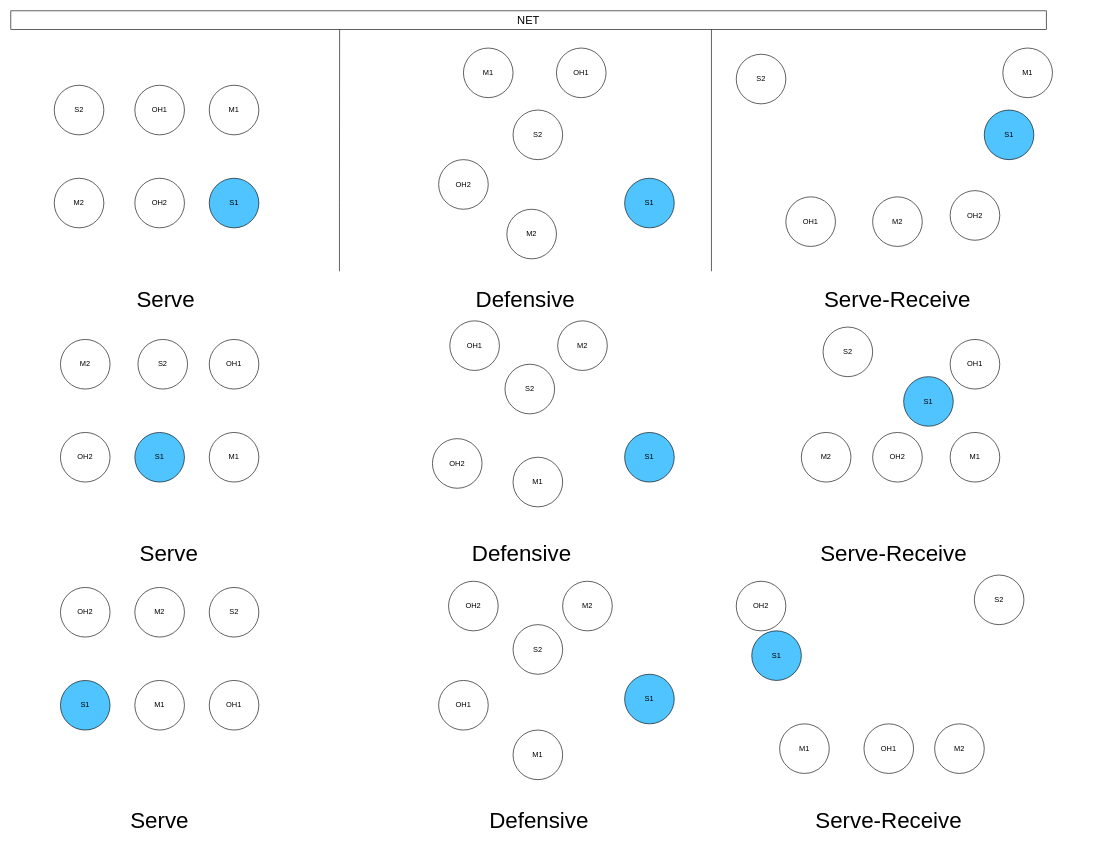
This is Untitled Diagram.drawio from Jayxuchen/Code, a draw.io file, before an edit. Source tidied: cells renumbered, new cells numbered last; positions are measured from the earlier drawing's top-left corner, leaving out a move shared by most shapes. Both pictures are drawn from the tidied source at 62%, with x=0, y=0 at pixel (11, 11).
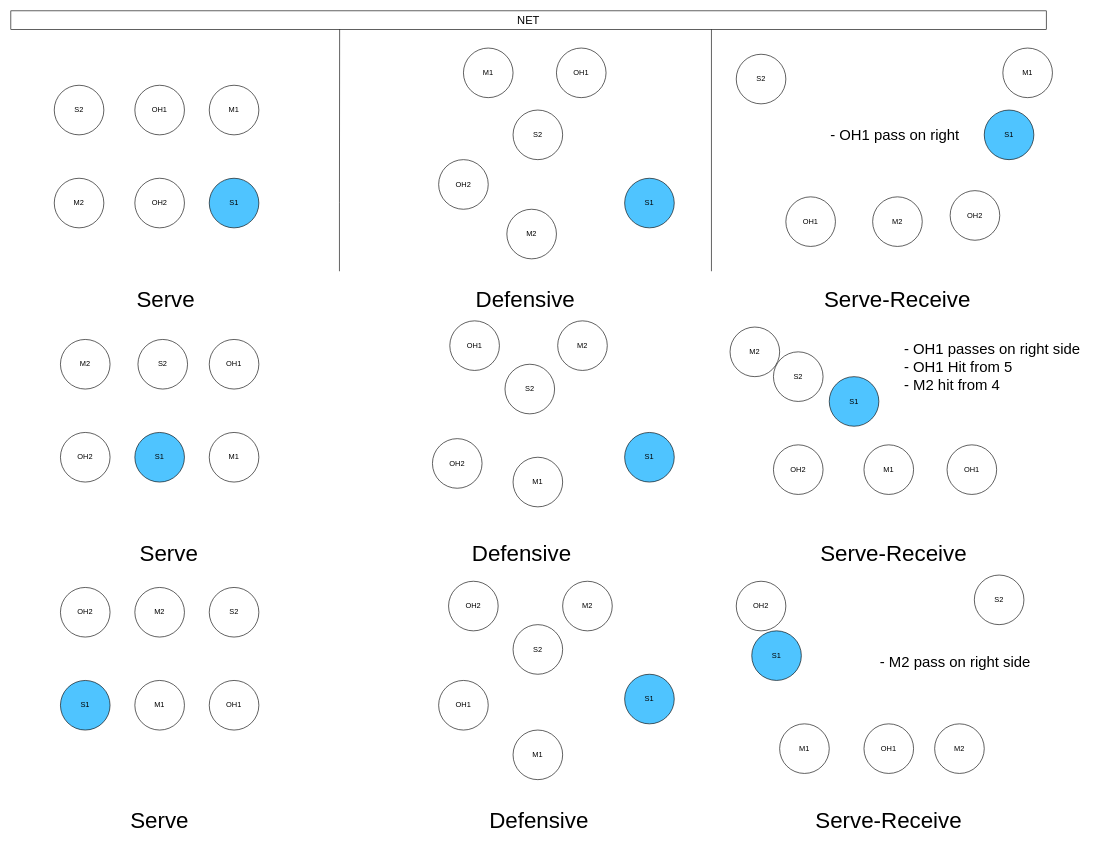
The same diagram, later.

What changed in the source:
```diff
@@
     <mxCell id="38" value="M2" style="ellipse;whiteSpace=wrap;html=1;" parent="1" vertex="1">
-      <mxGeometry x="1275" y="680" width="80" height="80" as="geometry" />
+      <mxGeometry x="1160" y="510" width="80" height="80" as="geometry" />
     </mxCell>
     <mxCell id="39" value="S2" style="ellipse;whiteSpace=wrap;html=1;" parent="1" vertex="1">
-      <mxGeometry x="1310" y="510" width="80" height="80" as="geometry" />
+      <mxGeometry x="1230" y="550" width="80" height="80" as="geometry" />
     </mxCell>
     <mxCell id="40" value="M1" style="ellipse;whiteSpace=wrap;html=1;" parent="1" vertex="1">
-      <mxGeometry x="1515" y="680" width="80" height="80" as="geometry" />
+      <mxGeometry x="1376" y="700" width="80" height="80" as="geometry" />
     </mxCell>
     <mxCell id="41" value="OH2" style="ellipse;whiteSpace=wrap;html=1;" parent="1" vertex="1">
-      <mxGeometry x="1390" y="680" width="80" height="80" as="geometry" />
+      <mxGeometry x="1230" y="700" width="80" height="80" as="geometry" />
     </mxCell>
     <mxCell id="42" value="S1" style="ellipse;whiteSpace=wrap;html=1;fillColor=light-dark(#4FC4FF,var(--ge-dark-color, #121212));" parent="1" vertex="1">
-      <mxGeometry x="1440" y="590" width="80" height="80" as="geometry" />
+      <mxGeometry x="1320" y="590" width="80" height="80" as="geometry" />
     </mxCell>
     <mxCell id="43" value="OH1" style="ellipse;whiteSpace=wrap;html=1;" parent="1" vertex="1">
-      <mxGeometry x="1515" y="530" width="80" height="80" as="geometry" />
+      <mxGeometry x="1510" y="700" width="80" height="80" as="geometry" />
     </mxCell>
@@
+    <mxCell id="68" value="&lt;font style=&quot;font-size: 24px;&quot;&gt;- OH1 passes on right side&lt;/font&gt;&lt;div&gt;&lt;font style=&quot;font-size: 24px;&quot;&gt;- OH1 Hit from 5&lt;/font&gt;&lt;/div&gt;&lt;div&gt;&lt;span style=&quot;font-size: 24px;&quot;&gt;- M2 hit from 4&lt;/span&gt;&lt;/div&gt;" style="text;html=1;align=left;verticalAlign=middle;strokeColor=none;fillColor=none;" parent="1" vertex="1">
+      <mxGeometry x="1439" y="525" width="310" height="100" as="geometry" />
+    </mxCell>
+    <mxCell id="69" value="&lt;span style=&quot;font-size: 24px;&quot;&gt;- M2 pass on right side&lt;/span&gt;" style="text;html=1;align=left;verticalAlign=middle;strokeColor=none;fillColor=none;" parent="1" vertex="1">
+      <mxGeometry x="1400" y="1030" width="270" height="40" as="geometry" />
+    </mxCell>
+    <mxCell id="70" value="&lt;span style=&quot;font-size: 24px;&quot;&gt;- OH1 pass on right&lt;/span&gt;" style="text;html=1;align=left;verticalAlign=middle;strokeColor=none;fillColor=none;" parent="1" vertex="1">
+      <mxGeometry x="1320" y="180" width="230" height="40" as="geometry" />
+    </mxCell>
```
